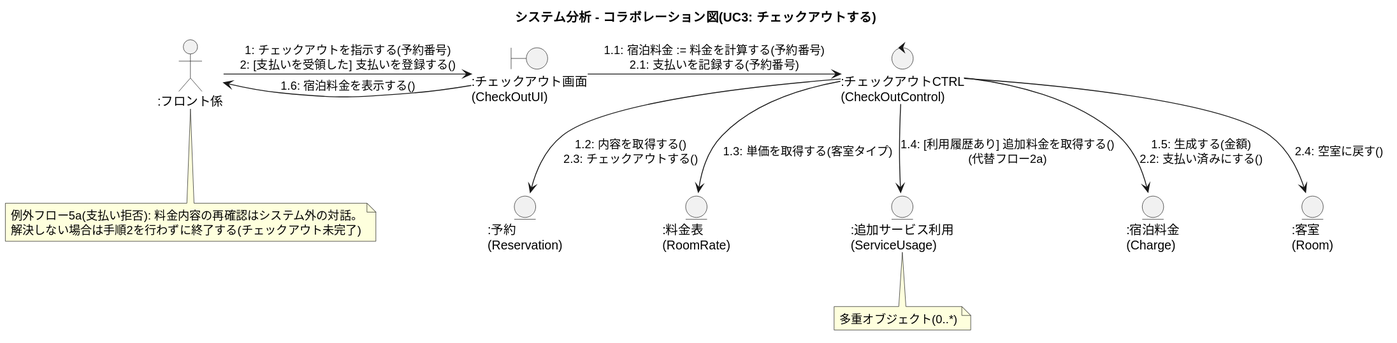
doguto/waseda-hrs keeps this PlantUML diagram as docs/diagrams/collaboration_uc3_checkout.svg. Above is the earlier version.
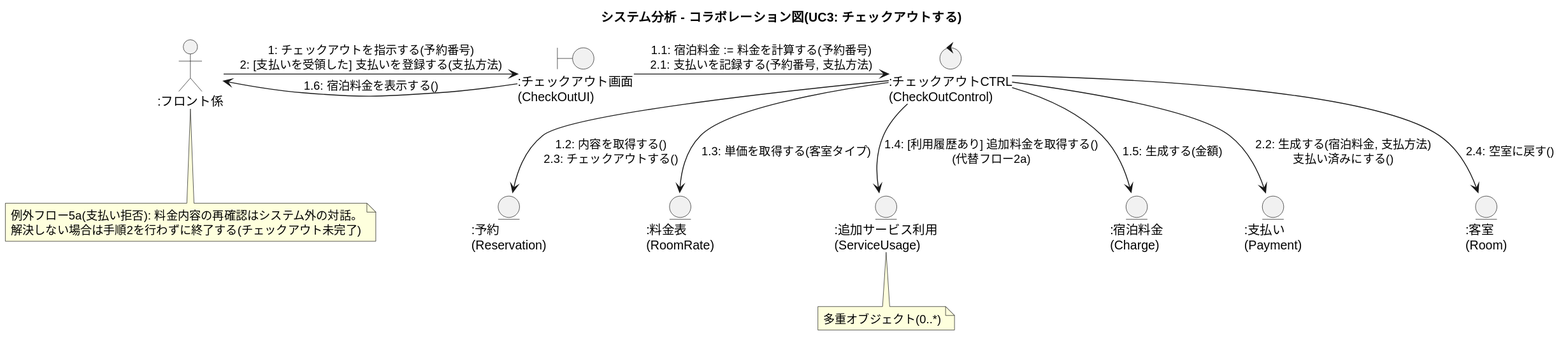
After the change.

Diff of the diagram source:
```diff
@@ -8,15 +8,17 @@
 entity ":料金表\n(RoomRate)" as Rate
 entity ":追加サービス利用\n(ServiceUsage)" as Svc
 entity ":宿泊料金\n(Charge)" as Charge
+entity ":支払い\n(Payment)" as Payment
 entity ":客室\n(Room)" as Room
 
-Staff -right-> UI : 1: チェックアウトを指示する(予約番号)\n2: [支払いを受領した] 支払いを登録する()
+Staff -right-> UI : 1: チェックアウトを指示する(予約番号)\n2: [支払いを受領した] 支払いを登録する(支払方法)
 UI -left-> Staff : 1.6: 宿泊料金を表示する()
-UI -right-> Ctrl : 1.1: 宿泊料金 := 料金を計算する(予約番号)\n2.1: 支払いを記録する(予約番号)
+UI -right-> Ctrl : 1.1: 宿泊料金 := 料金を計算する(予約番号)\n2.1: 支払いを記録する(予約番号, 支払方法)
 Ctrl -down-> Rsv : 1.2: 内容を取得する()\n2.3: チェックアウトする()
 Ctrl -down-> Rate : 1.3: 単価を取得する(客室タイプ)
 Ctrl -down-> Svc : 1.4: [利用履歴あり] 追加料金を取得する()\n(代替フロー2a)
-Ctrl -down-> Charge : 1.5: 生成する(金額)\n2.2: 支払い済みにする()
+Ctrl -down-> Charge : 1.5: 生成する(金額)
+Ctrl -down-> Payment : 2.2: 生成する(宿泊料金, 支払方法)\n支払い済みにする()
 Ctrl -down-> Room : 2.4: 空室に戻す()
 
 note bottom of Svc : 多重オブジェクト(0..*)
```
